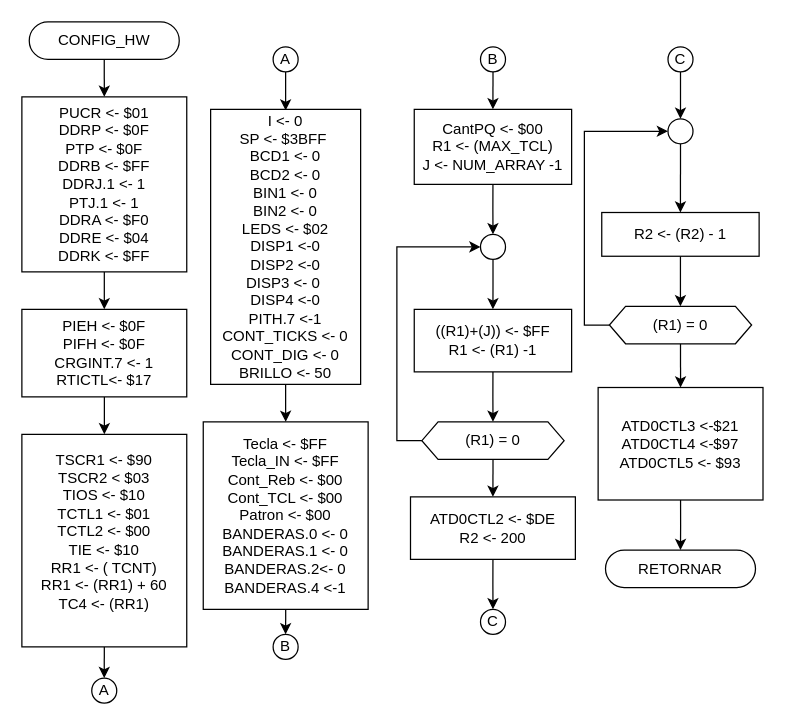
Earlier version of the draw.io diagram Proyecto/diagrams/CONFIG_HW.drawio (moisotico/Microprocesadores). Source tidied: cells renumbered, new cells numbered last; positions are measured from the earlier drawing's top-left corner, leaving out a move shared by most shapes. Both pictures are drawn from the tidied source at 125%, with x=0, y=0 at pixel (21, 21).
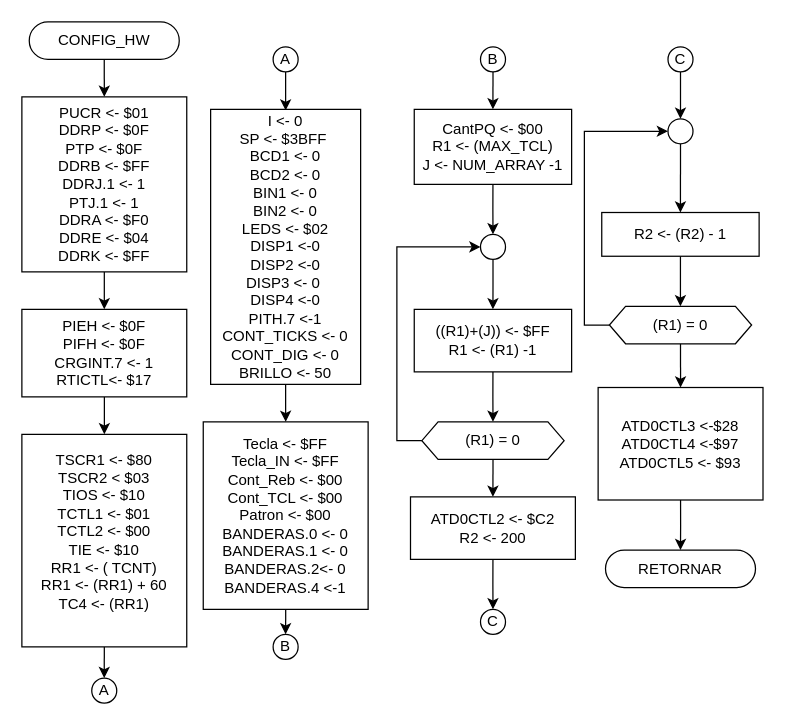
The same page after the edit.

What changed in the source:
```diff
@@
-    <mxCell id="11" value="&lt;span&gt;TSCR1 &amp;lt;- $90&lt;br&gt;TSCR2 &amp;lt; $03&lt;br&gt;TIOS &amp;lt;- $10&lt;br&gt;TCTL1 &amp;lt;- $01&lt;br&gt;&lt;/span&gt;TCTL2 &amp;lt;- $00&lt;br&gt;&lt;span&gt;TIE &amp;lt;- $10&lt;br&gt;RR1 &amp;lt;- ( TCNT)&lt;br&gt;RR1 &amp;lt;- (RR1) + 60&lt;br&gt;TC4 &amp;lt;- (RR1)&lt;br&gt;&lt;br&gt;&lt;/span&gt;" style="rounded=0;whiteSpace=wrap;html=1;" parent="1" vertex="1">
+    <mxCell id="11" value="&lt;span&gt;TSCR1 &amp;lt;- $80&lt;br&gt;TSCR2 &amp;lt; $03&lt;br&gt;TIOS &amp;lt;- $10&lt;br&gt;TCTL1 &amp;lt;- $01&lt;br&gt;&lt;/span&gt;TCTL2 &amp;lt;- $00&lt;br&gt;&lt;span&gt;TIE &amp;lt;- $10&lt;br&gt;RR1 &amp;lt;- ( TCNT)&lt;br&gt;RR1 &amp;lt;- (RR1) + 60&lt;br&gt;TC4 &amp;lt;- (RR1)&lt;br&gt;&lt;br&gt;&lt;/span&gt;" style="rounded=0;whiteSpace=wrap;html=1;" parent="1" vertex="1">
       <mxGeometry y="330" width="131.9" height="170" as="geometry" />
     </mxCell>
@@
-    <mxCell id="31" value="ATD0CTL3 &amp;lt;-$21&lt;br&gt;ATD0CTL4 &amp;lt;-$97&lt;br&gt;ATD0CTL5 &amp;lt;- $93" style="rounded=0;whiteSpace=wrap;html=1;" parent="1" vertex="1">
+    <mxCell id="31" value="ATD0CTL3 &amp;lt;-$28&lt;br&gt;ATD0CTL4 &amp;lt;-$97&lt;br&gt;ATD0CTL5 &amp;lt;- $93" style="rounded=0;whiteSpace=wrap;html=1;" parent="1" vertex="1">
       <mxGeometry x="461" y="292.5" width="131.9" height="90" as="geometry" />
     </mxCell>
@@
-    <mxCell id="40" value="ATD0CTL2 &amp;lt;- $DE&lt;br&gt;R2 &amp;lt;- 200" style="rounded=0;whiteSpace=wrap;html=1;" parent="1" vertex="1">
+    <mxCell id="40" value="ATD0CTL2 &amp;lt;- $C2&lt;br&gt;R2 &amp;lt;- 200" style="rounded=0;whiteSpace=wrap;html=1;" parent="1" vertex="1">
       <mxGeometry x="310.9" y="380" width="131.9" height="50" as="geometry" />
     </mxCell>
```
